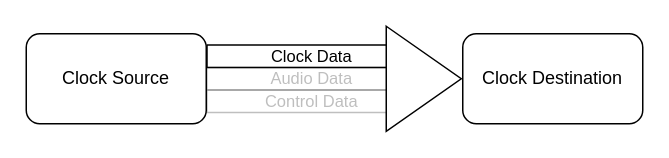
avb-academy/avb_academy keeps this draw.io diagram as static/images/traffic-components-clock.drawio. Above is the earlier version. Source tidied: cells renumbered, new cells numbered last; positions are measured from the earlier drawing's top-left corner, leaving out a move shared by most shapes. Both pictures are drawn from the tidied source at 150%, with x=0, y=0 at pixel (26, 26).
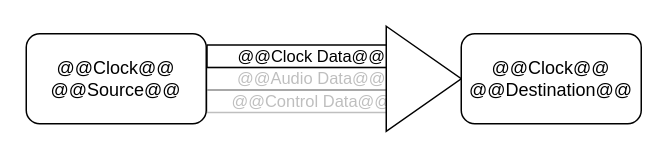
Above is the later version.

Diff of the diagram source:
```diff
@@
 <mxGraphModel>
   <root>
     <mxCell id="0" />
     <mxCell id="1" parent="0" />
-    <mxCell id="2" value="Clock Source" style="rounded=1;whiteSpace=wrap;html=1;" parent="1" vertex="1">
-      <mxGeometry y="5" width="120" height="60" as="geometry" />
-    </mxCell>
-    <mxCell id="3" value="Clock Destination" style="rounded=1;whiteSpace=wrap;html=1;" parent="1" vertex="1">
-      <mxGeometry x="291" y="5" width="120" height="60" as="geometry" />
-    </mxCell>
-    <mxCell id="4" value="Clock Data" style="shape=flexArrow;endArrow=classic;html=1;exitX=1;exitY=0.25;exitDx=0;exitDy=0;labelBackgroundColor=none;width=15;" parent="1" edge="1" source="2">
+    <mxCell id="4" value="@@Clock Data@@" style="shape=flexArrow;endArrow=classic;html=1;exitX=1;exitY=0.25;exitDx=0;exitDy=0;labelBackgroundColor=none;width=15;" parent="1" edge="1">
       <mxGeometry relative="1" as="geometry">
+        <mxPoint x="120" y="20" as="sourcePoint" />
         <mxPoint x="260" y="20" as="targetPoint" />
       </mxGeometry>
     </mxCell>
-    <mxCell id="5" value="Audio Data" style="shape=flexArrow;endArrow=classic;html=1;exitX=1;exitY=0.5;exitDx=0;exitDy=0;labelBackgroundColor=none;width=15;opacity=25;textOpacity=25;" parent="1" edge="1" source="2">
+    <mxCell id="5" value="@@Audio Data@@" style="shape=flexArrow;endArrow=classic;html=1;exitX=1;exitY=0.5;exitDx=0;exitDy=0;labelBackgroundColor=none;width=15;opacity=25;textOpacity=25;" parent="1" edge="1">
       <mxGeometry relative="1" as="geometry">
+        <mxPoint x="120" y="35" as="sourcePoint" />
         <mxPoint x="260" y="35" as="targetPoint" />
       </mxGeometry>
     </mxCell>
-    <mxCell id="6" value="Control Data" style="shape=flexArrow;endArrow=classic;html=1;exitX=1;exitY=0.75;exitDx=0;exitDy=0;labelBackgroundColor=none;width=15;opacity=25;textOpacity=25;" parent="1" edge="1" source="2">
+    <mxCell id="6" value="@@Control Data@@" style="shape=flexArrow;endArrow=classic;html=1;exitX=1;exitY=0.75;exitDx=0;exitDy=0;labelBackgroundColor=none;width=15;opacity=25;textOpacity=25;" parent="1" edge="1">
       <mxGeometry relative="1" as="geometry">
+        <mxPoint x="120" y="50" as="sourcePoint" />
         <mxPoint x="260" y="50" as="targetPoint" />
       </mxGeometry>
     </mxCell>
     <mxCell id="7" style="triangle;whiteSpace=wrap;html=1;strokeColor=default;" parent="1" vertex="1">
       <mxGeometry x="240" width="50" height="70" as="geometry" />
     </mxCell>
+    <mxCell id="8" value="@@Clock@@ @@Source@@" style="rounded=1;whiteSpace=wrap;html=1;" parent="1" vertex="1">
+      <mxGeometry y="5" width="120" height="60" as="geometry" />
+    </mxCell>
+    <mxCell id="9" value="@@Clock@@ @@Destination@@" style="rounded=1;whiteSpace=wrap;html=1;" parent="1" vertex="1">
+      <mxGeometry x="290" y="5" width="120" height="60" as="geometry" />
+    </mxCell>
   </root>
 </mxGraphModel>
```
